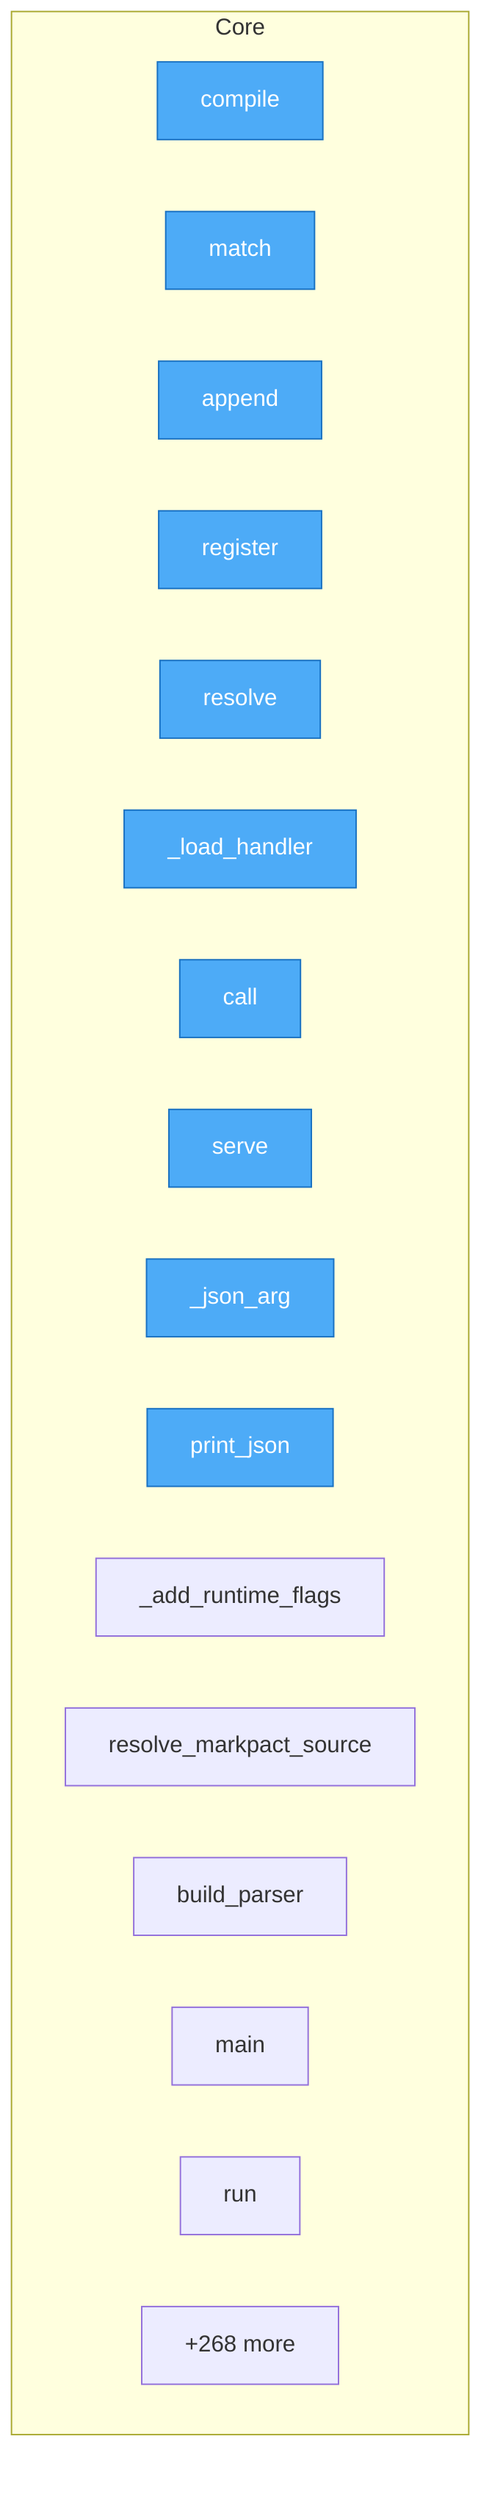
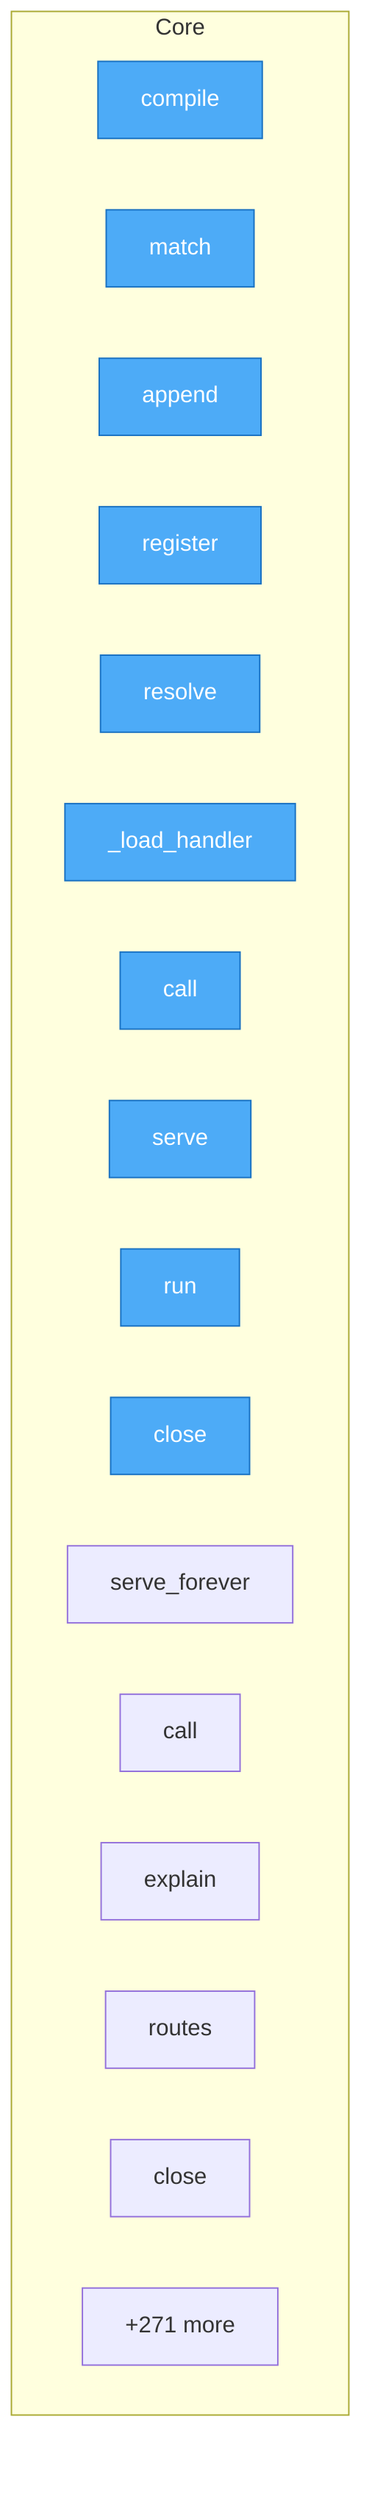
flowchart TD
%% generated in 0.02s

    %% Entry points (blue)
    classDef entry fill:#4dabf7,stroke:#1971c2,color:#fff

    subgraph Core
        packages__python__urisysedge__runtime__Route__compile["compile"]
        packages__python__urisysedge__runtime__Route__match["match"]
        packages__python__urisysedge__runtime__JsonlEventStore__append["append"]
        packages__python__urisysedge__runtime__Runtime__register["register"]
        packages__python__urisysedge__runtime__Runtime__resolve["resolve"]
        packages__python__urisysedge__runtime__Runtime___load_handler["_load_handler"]
        packages__python__urisysedge__runtime__Runtime__call["call"]
        packages__python__urisysedge__runtime__serve["serve"]
-         src__urisys__cli___json_arg["_json_arg"]
-         src__urisys__cli__print_json["print_json"]
-         src__urisys__cli___add_runtime_flags["_add_runtime_flags"]
-         src__urisys__cli__resolve_markpact_source["resolve_markpact_source"]
-         src__urisys__cli__build_parser["build_parser"]
-         src__urisys__cli__main["main"]
        src__urisys__controllers__flow_controller__FlowController__run["run"]
-         ...["+268 more"]
+         src__urisys__controllers__flow_controller__FlowController__close["close"]
+         src__urisys__controllers__server_controller__ServerController__serve_forever["serve_forever"]
+         src__urisys__controllers__uri_controller__UriController__call["call"]
+         src__urisys__controllers__uri_controller__UriController__explain["explain"]
+         src__urisys__controllers__uri_controller__UriController__routes["routes"]
+         src__urisys__controllers__uri_controller__UriController__close["close"]
+         ...["+271 more"]
    end

-     class packages__python__urisysedge__runtime__Route__compile,packages__python__urisysedge__runtime__Route__match,packages__python__urisysedge__runtime__JsonlEventStore__append,packages__python__urisysedge__runtime__Runtime__register,packages__python__urisysedge__runtime__Runtime__resolve,packages__python__urisysedge__runtime__Runtime___load_handler,packages__python__urisysedge__runtime__Runtime__call,packages__python__urisysedge__runtime__serve,src__urisys__cli___json_arg,src__urisys__cli__print_json entry
+     class packages__python__urisysedge__runtime__Route__compile,packages__python__urisysedge__runtime__Route__match,packages__python__urisysedge__runtime__JsonlEventStore__append,packages__python__urisysedge__runtime__Runtime__register,packages__python__urisysedge__runtime__Runtime__resolve,packages__python__urisysedge__runtime__Runtime___load_handler,packages__python__urisysedge__runtime__Runtime__call,packages__python__urisysedge__runtime__serve,src__urisys__controllers__flow_controller__FlowController__run,src__urisys__controllers__flow_controller__FlowController__close entry
